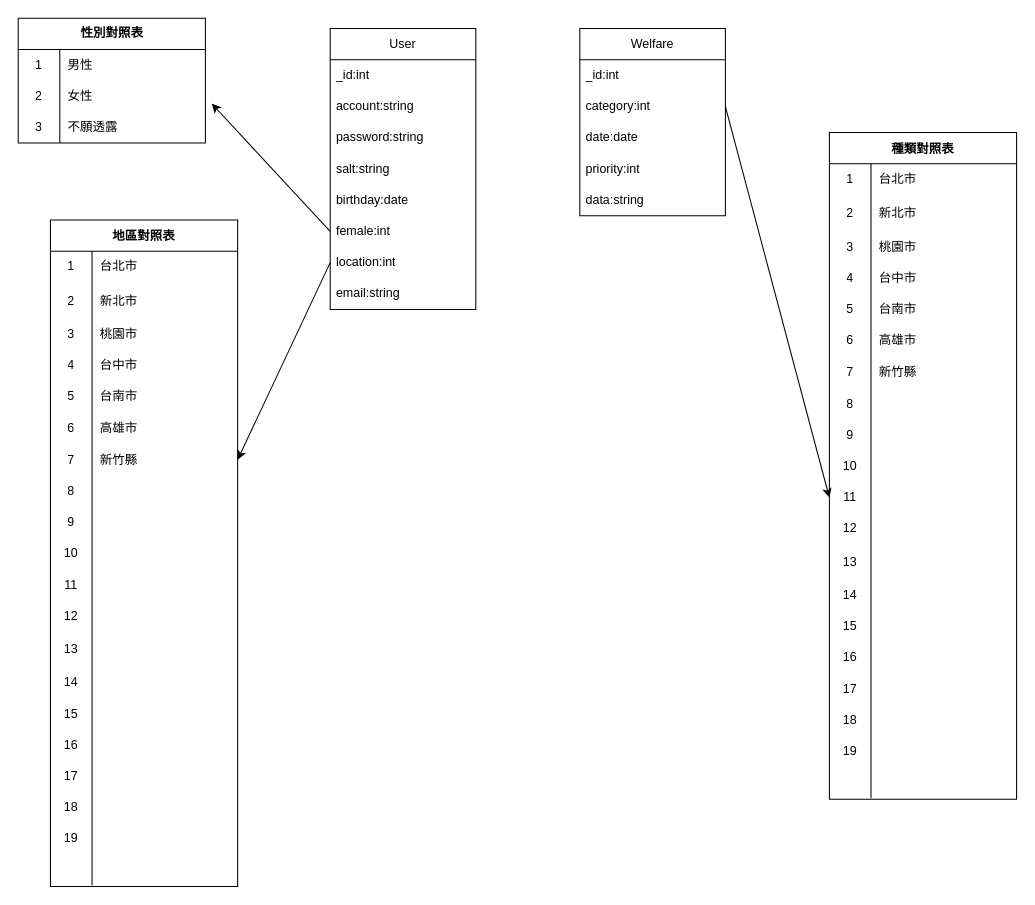
Before: ER.drawio in MonkeyKao/welfare, a draw.io diagram. Source tidied: cells renumbered, new cells numbered last; positions are measured from the earlier drawing's top-left corner, leaving out a move shared by most shapes. Both pictures are drawn from the tidied source at 104%, with x=0, y=0 at pixel (18, 18).
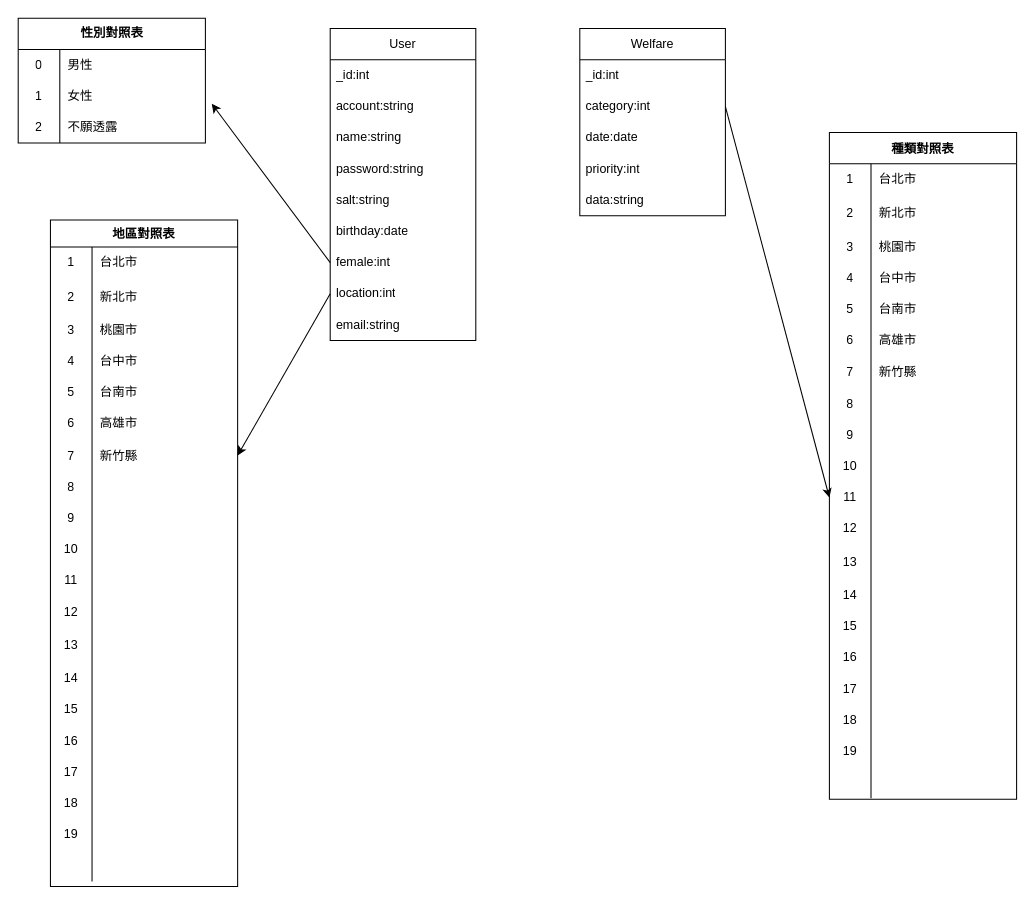
The same page after the edit.

The change refers to these unchanged cells:
```xml
<mxCell id="79" style="shape=tableRow;horizontal=0;startSize=0;swimlaneHead=0;swimlaneBody=0;top=0;left=0;bottom=0;right=0;fillColor=none;strokeColor=default;fontFamily=Helvetica;fontSize=12;fontColor=default;html=1;" parent="78" vertex="1">
  <mxGeometry y="30" width="180" height="30" as="geometry" />
</mxCell>
<mxCell id="82" style="shape=tableRow;horizontal=0;startSize=0;swimlaneHead=0;swimlaneBody=0;top=0;left=0;bottom=0;right=0;fillColor=none;points=[[0,0.5],[1,0.5]];portConstraint=eastwest;strokeColor=default;fontFamily=Helvetica;fontSize=12;fontColor=default;html=1;" parent="78" vertex="1">
  <mxGeometry y="60" width="180" height="30" as="geometry" />
</mxCell>
<mxCell id="85" style="shape=tableRow;horizontal=0;startSize=0;swimlaneHead=0;swimlaneBody=0;top=0;left=0;bottom=0;right=0;fillColor=none;strokeColor=default;fontFamily=Helvetica;fontSize=12;fontColor=default;html=1;" parent="78" vertex="1">
  <mxGeometry y="90" width="180" height="30" as="geometry" />
</mxCell>
```

What changed in the source:
```diff
@@
     <mxCell id="2" value="User" style="swimlane;fontStyle=0;horizontal=1;startSize=30;whiteSpace=wrap;html=1;" parent="1" vertex="1">
-      <mxGeometry x="300" y="10" width="140" height="270" as="geometry" />
+      <mxGeometry x="300" y="10" width="140" height="300" as="geometry" />
     </mxCell>
@@
+    <mxCell id="152" value="name:string" style="text;strokeColor=none;fillColor=none;align=left;verticalAlign=middle;spacingLeft=4;spacingRight=4;overflow=hidden;whiteSpace=wrap;html=1;" parent="2" vertex="1">
+      <mxGeometry y="90" width="140" height="30" as="geometry" />
+    </mxCell>
     <mxCell id="5" value="password:string" style="text;strokeColor=none;fillColor=none;align=left;verticalAlign=middle;spacingLeft=4;spacingRight=4;overflow=hidden;whiteSpace=wrap;html=1;" parent="2" vertex="1">
-      <mxGeometry y="90" width="140" height="30" as="geometry" />
+      <mxGeometry y="120" width="140" height="30" as="geometry" />
     </mxCell>
     <mxCell id="6" value="salt:string" style="text;strokeColor=none;fillColor=none;align=left;verticalAlign=middle;spacingLeft=4;spacingRight=4;overflow=hidden;whiteSpace=wrap;html=1;" parent="2" vertex="1">
-      <mxGeometry y="120" width="140" height="30" as="geometry" />
+      <mxGeometry y="150" width="140" height="30" as="geometry" />
     </mxCell>
     <mxCell id="7" value="birthday:date" style="text;strokeColor=none;fillColor=none;align=left;verticalAlign=middle;spacingLeft=4;spacingRight=4;overflow=hidden;whiteSpace=wrap;html=1;" parent="2" vertex="1">
-      <mxGeometry y="150" width="140" height="30" as="geometry" />
+      <mxGeometry y="180" width="140" height="30" as="geometry" />
     </mxCell>
     <mxCell id="8" value="female:int" style="text;strokeColor=none;fillColor=none;align=left;verticalAlign=middle;spacingLeft=4;spacingRight=4;overflow=hidden;points=[[0,0.5],[1,0.5]];portConstraint=eastwest;whiteSpace=wrap;html=1;" parent="2" vertex="1">
-      <mxGeometry y="180" width="140" height="30" as="geometry" />
+      <mxGeometry y="210" width="140" height="30" as="geometry" />
     </mxCell>
     <mxCell id="9" value="location:int" style="text;strokeColor=none;fillColor=none;align=left;verticalAlign=middle;spacingLeft=4;spacingRight=4;overflow=hidden;points=[[0,0.5],[1,0.5]];portConstraint=eastwest;whiteSpace=wrap;html=1;" parent="2" vertex="1">
-      <mxGeometry y="210" width="140" height="30" as="geometry" />
+      <mxGeometry y="240" width="140" height="30" as="geometry" />
     </mxCell>
     <mxCell id="10" value="email:string" style="text;strokeColor=none;fillColor=none;align=left;verticalAlign=middle;spacingLeft=4;spacingRight=4;overflow=hidden;whiteSpace=wrap;html=1;" parent="2" vertex="1">
-      <mxGeometry y="240" width="140" height="30" as="geometry" />
+      <mxGeometry y="270" width="140" height="30" as="geometry" />
     </mxCell>
@@
-    <mxCell id="17" value="地區對照表" style="shape=table;startSize=30;childLayout=tableLayout;rowLines=0;fontStyle=1;" parent="1" vertex="1">
+    <mxCell id="17" value="地區對照表" style="shape=table;startSize=26;childLayout=tableLayout;rowLines=0;fontStyle=1;" parent="1" vertex="1">
       <mxGeometry x="31" y="194" width="180" height="641" as="geometry" />
     </mxCell>
     <mxCell id="18" style="shape=tableRow;horizontal=0;startSize=0;swimlaneHead=0;swimlaneBody=0;top=0;left=0;bottom=0;right=0;fillColor=none;" parent="17" vertex="1">
-      <mxGeometry y="30" width="180" height="30" as="geometry" />
+      <mxGeometry y="26" width="180" height="30" as="geometry" />
     </mxCell>
@@
     <mxCell id="21" style="shape=tableRow;horizontal=0;startSize=0;swimlaneHead=0;swimlaneBody=0;top=0;left=0;bottom=0;right=0;fillColor=none;" parent="17" vertex="1">
-      <mxGeometry y="60" width="180" height="35" as="geometry" />
+      <mxGeometry y="56" width="180" height="35" as="geometry" />
     </mxCell>
@@
     <mxCell id="24" style="shape=tableRow;horizontal=0;startSize=0;swimlaneHead=0;swimlaneBody=0;top=0;left=0;bottom=0;right=0;fillColor=none;" parent="17" vertex="1">
-      <mxGeometry y="95" width="180" height="30" as="geometry" />
+      <mxGeometry y="91" width="180" height="30" as="geometry" />
     </mxCell>
@@
     <mxCell id="27" style="shape=tableRow;horizontal=0;startSize=0;swimlaneHead=0;swimlaneBody=0;top=0;left=0;bottom=0;right=0;fillColor=none;" parent="17" vertex="1">
-      <mxGeometry y="125" width="180" height="30" as="geometry" />
+      <mxGeometry y="121" width="180" height="30" as="geometry" />
     </mxCell>
@@
     <mxCell id="30" style="shape=tableRow;horizontal=0;startSize=0;swimlaneHead=0;swimlaneBody=0;top=0;left=0;bottom=0;right=0;fillColor=none;" parent="17" vertex="1">
-      <mxGeometry y="155" width="180" height="30" as="geometry" />
+      <mxGeometry y="151" width="180" height="30" as="geometry" />
     </mxCell>
@@
     <mxCell id="33" style="shape=tableRow;horizontal=0;startSize=0;swimlaneHead=0;swimlaneBody=0;top=0;left=0;bottom=0;right=0;fillColor=none;" parent="17" vertex="1">
-      <mxGeometry y="185" width="180" height="30" as="geometry" />
+      <mxGeometry y="181" width="180" height="30" as="geometry" />
     </mxCell>
@@
     <mxCell id="36" style="shape=tableRow;horizontal=0;startSize=0;swimlaneHead=0;swimlaneBody=0;top=0;left=0;bottom=0;right=0;fillColor=none;points=[[0,0.5],[1,0.5]];portConstraint=eastwest;" parent="17" vertex="1">
-      <mxGeometry y="215" width="180" height="31" as="geometry" />
+      <mxGeometry y="211" width="180" height="31" as="geometry" />
     </mxCell>
@@
     <mxCell id="39" style="shape=tableRow;horizontal=0;startSize=0;swimlaneHead=0;swimlaneBody=0;top=0;left=0;bottom=0;right=0;fillColor=none;" parent="17" vertex="1">
-      <mxGeometry y="246" width="180" height="30" as="geometry" />
+      <mxGeometry y="242" width="180" height="30" as="geometry" />
     </mxCell>
@@
     <mxCell id="42" style="shape=tableRow;horizontal=0;startSize=0;swimlaneHead=0;swimlaneBody=0;top=0;left=0;bottom=0;right=0;fillColor=none;" parent="17" vertex="1">
-      <mxGeometry y="276" width="180" height="30" as="geometry" />
+      <mxGeometry y="272" width="180" height="30" as="geometry" />
     </mxCell>
@@
     <mxCell id="45" style="shape=tableRow;horizontal=0;startSize=0;swimlaneHead=0;swimlaneBody=0;top=0;left=0;bottom=0;right=0;fillColor=none;" parent="17" vertex="1">
-      <mxGeometry y="306" width="180" height="30" as="geometry" />
+      <mxGeometry y="302" width="180" height="30" as="geometry" />
     </mxCell>
@@
     <mxCell id="48" style="shape=tableRow;horizontal=0;startSize=0;swimlaneHead=0;swimlaneBody=0;top=0;left=0;bottom=0;right=0;fillColor=none;" parent="17" vertex="1">
-      <mxGeometry y="336" width="180" height="30" as="geometry" />
+      <mxGeometry y="332" width="180" height="30" as="geometry" />
     </mxCell>
@@
     <mxCell id="51" style="shape=tableRow;horizontal=0;startSize=0;swimlaneHead=0;swimlaneBody=0;top=0;left=0;bottom=0;right=0;fillColor=none;" parent="17" vertex="1">
-      <mxGeometry y="366" width="180" height="30" as="geometry" />
+      <mxGeometry y="362" width="180" height="30" as="geometry" />
     </mxCell>
@@
     <mxCell id="54" style="shape=tableRow;horizontal=0;startSize=0;swimlaneHead=0;swimlaneBody=0;top=0;left=0;bottom=0;right=0;fillColor=none;" parent="17" vertex="1">
-      <mxGeometry y="396" width="180" height="34" as="geometry" />
+      <mxGeometry y="392" width="180" height="34" as="geometry" />
     </mxCell>
@@
     <mxCell id="57" style="shape=tableRow;horizontal=0;startSize=0;swimlaneHead=0;swimlaneBody=0;top=0;left=0;bottom=0;right=0;fillColor=none;" parent="17" vertex="1">
-      <mxGeometry y="430" width="180" height="30" as="geometry" />
+      <mxGeometry y="426" width="180" height="30" as="geometry" />
     </mxCell>
@@
     <mxCell id="60" style="shape=tableRow;horizontal=0;startSize=0;swimlaneHead=0;swimlaneBody=0;top=0;left=0;bottom=0;right=0;fillColor=none;" parent="17" vertex="1">
-      <mxGeometry y="460" width="180" height="30" as="geometry" />
+      <mxGeometry y="456" width="180" height="30" as="geometry" />
     </mxCell>
@@
     <mxCell id="63" style="shape=tableRow;horizontal=0;startSize=0;swimlaneHead=0;swimlaneBody=0;top=0;left=0;bottom=0;right=0;fillColor=none;" parent="17" vertex="1">
-      <mxGeometry y="490" width="180" height="30" as="geometry" />
+      <mxGeometry y="486" width="180" height="30" as="geometry" />
     </mxCell>
@@
     <mxCell id="66" style="shape=tableRow;horizontal=0;startSize=0;swimlaneHead=0;swimlaneBody=0;top=0;left=0;bottom=0;right=0;fillColor=none;" parent="17" vertex="1">
-      <mxGeometry y="520" width="180" height="30" as="geometry" />
+      <mxGeometry y="516" width="180" height="30" as="geometry" />
     </mxCell>
@@
     <mxCell id="69" style="shape=tableRow;horizontal=0;startSize=0;swimlaneHead=0;swimlaneBody=0;top=0;left=0;bottom=0;right=0;fillColor=none;" parent="17" vertex="1">
-      <mxGeometry y="550" width="180" height="30" as="geometry" />
+      <mxGeometry y="546" width="180" height="30" as="geometry" />
     </mxCell>
@@
     <mxCell id="72" style="shape=tableRow;horizontal=0;startSize=0;swimlaneHead=0;swimlaneBody=0;top=0;left=0;bottom=0;right=0;fillColor=none;" parent="17" vertex="1">
-      <mxGeometry y="580" width="180" height="30" as="geometry" />
+      <mxGeometry y="576" width="180" height="30" as="geometry" />
     </mxCell>
@@
     <mxCell id="75" style="shape=tableRow;horizontal=0;startSize=0;swimlaneHead=0;swimlaneBody=0;top=0;left=0;bottom=0;right=0;fillColor=none;" parent="17" vertex="1">
-      <mxGeometry y="610" width="180" height="30" as="geometry" />
+      <mxGeometry y="606" width="180" height="30" as="geometry" />
     </mxCell>
@@
-    <mxCell id="80" value="1" style="shape=partialRectangle;html=1;whiteSpace=wrap;fillColor=none;top=0;left=0;bottom=0;right=0;overflow=hidden;strokeColor=default;fontFamily=Helvetica;fontSize=12;fontColor=default;" parent="79" vertex="1">
+    <mxCell id="80" value="0" style="shape=partialRectangle;html=1;whiteSpace=wrap;fillColor=none;top=0;left=0;bottom=0;right=0;overflow=hidden;strokeColor=default;fontFamily=Helvetica;fontSize=12;fontColor=default;" parent="79" vertex="1">
       <mxGeometry width="40" height="30" as="geometry" />
     </mxCell>
@@
-    <mxCell id="83" value="2" style="shape=partialRectangle;html=1;whiteSpace=wrap;fillColor=none;top=0;left=0;bottom=0;right=0;overflow=hidden;strokeColor=default;fontFamily=Helvetica;fontSize=12;fontColor=default;" parent="82" vertex="1">
+    <mxCell id="83" value="1" style="shape=partialRectangle;html=1;whiteSpace=wrap;fillColor=none;top=0;left=0;bottom=0;right=0;overflow=hidden;strokeColor=default;fontFamily=Helvetica;fontSize=12;fontColor=default;" parent="82" vertex="1">
       <mxGeometry width="40" height="30" as="geometry" />
     </mxCell>
@@
-    <mxCell id="86" value="3" style="shape=partialRectangle;html=1;whiteSpace=wrap;fillColor=none;top=0;left=0;bottom=0;right=0;overflow=hidden;strokeColor=default;fontFamily=Helvetica;fontSize=12;fontColor=default;" parent="85" vertex="1">
+    <mxCell id="86" value="2" style="shape=partialRectangle;html=1;whiteSpace=wrap;fillColor=none;top=0;left=0;bottom=0;right=0;overflow=hidden;strokeColor=default;fontFamily=Helvetica;fontSize=12;fontColor=default;" parent="85" vertex="1">
       <mxGeometry width="40" height="30" as="geometry" />
     </mxCell>
```
